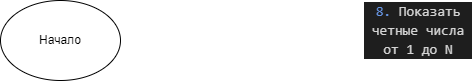
Before: Tasks/Ex008/diagramma.drawio.png, a diagram exported from draw.io (dvmax1984/Csharp25022023). Source tidied: cells renumbered, new cells last; positions are measured from the earlier drawing's top-left corner, leaving out a move shared by most shapes. Source of this version:
```xml
<mxGraphModel>
  <root>
    <mxCell id="0" />
    <mxCell id="1" parent="0" />
    <mxCell id="2" value="&lt;div style=&quot;color: rgb(212, 212, 212); background-color: rgb(30, 30, 30); font-family: Consolas, &amp;quot;Courier New&amp;quot;, monospace; font-size: 14px; line-height: 19px;&quot;&gt;&lt;span style=&quot;color: #6796e6;&quot;&gt;8.&lt;/span&gt; Показать четные числа от 1 до N&lt;/div&gt;" style="text;strokeColor=none;align=center;fillColor=none;html=1;verticalAlign=middle;whiteSpace=wrap;rounded=0;" parent="1" vertex="1">
      <mxGeometry x="363" width="110" height="60" as="geometry" />
    </mxCell>
    <mxCell id="3" value="Начало" style="ellipse;whiteSpace=wrap;html=1;" parent="1" vertex="1">
      <mxGeometry width="120" height="80" as="geometry" />
    </mxCell>
  </root>
</mxGraphModel>
```
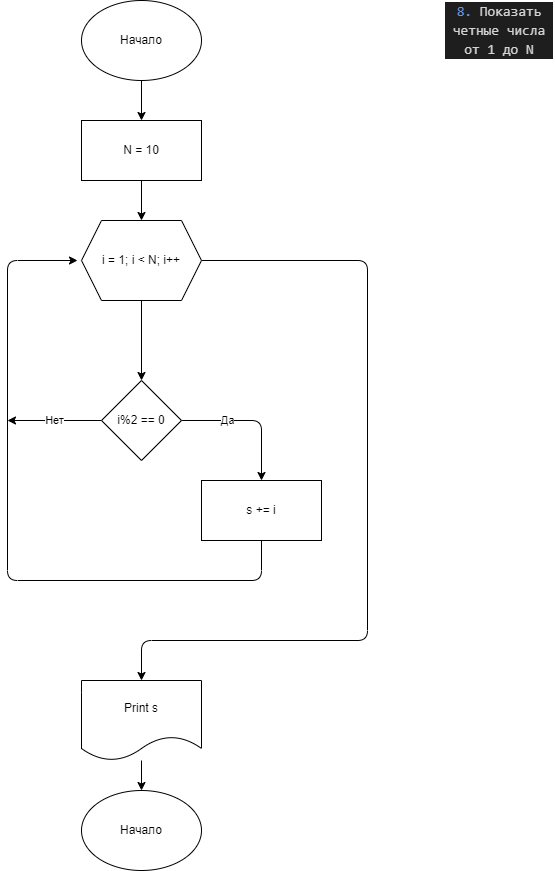
After the commit.

The edit, as a diff of the source:
```diff
@@ -5,8 +5,65 @@
     <mxCell id="2" value="&lt;div style=&quot;color: rgb(212, 212, 212); background-color: rgb(30, 30, 30); font-family: Consolas, &amp;quot;Courier New&amp;quot;, monospace; font-size: 14px; line-height: 19px;&quot;&gt;&lt;span style=&quot;color: #6796e6;&quot;&gt;8.&lt;/span&gt; Показать четные числа от 1 до N&lt;/div&gt;" style="text;strokeColor=none;align=center;fillColor=none;html=1;verticalAlign=middle;whiteSpace=wrap;rounded=0;" parent="1" vertex="1">
       <mxGeometry x="363" width="110" height="60" as="geometry" />
     </mxCell>
+    <mxCell id="4" style="edgeStyle=none;html=1;" parent="1" edge="1" source="3" target="9">
+      <mxGeometry relative="1" as="geometry" />
+    </mxCell>
     <mxCell id="3" value="Начало" style="ellipse;whiteSpace=wrap;html=1;" parent="1" vertex="1">
       <mxGeometry width="120" height="80" as="geometry" />
     </mxCell>
+    <mxCell id="5" style="edgeStyle=none;html=1;" parent="1" edge="1" source="7" target="12">
+      <mxGeometry relative="1" as="geometry" />
+    </mxCell>
+    <mxCell id="6" style="edgeStyle=orthogonalEdgeStyle;html=1;exitX=1;exitY=0.5;exitDx=0;exitDy=0;entryX=0.5;entryY=0;entryDx=0;entryDy=0;" parent="1" edge="1" source="7" target="14">
+      <mxGeometry relative="1" as="geometry">
+        <Array as="points">
+          <mxPoint x="286" y="260" />
+          <mxPoint x="286" y="640" />
+          <mxPoint x="60" y="640" />
+        </Array>
+      </mxGeometry>
+    </mxCell>
+    <mxCell id="7" value="i = 1; i &amp;lt; N; i++" style="shape=hexagon;perimeter=hexagonPerimeter2;whiteSpace=wrap;html=1;fixedSize=1;" parent="1" vertex="1">
+      <mxGeometry y="220" width="120" height="80" as="geometry" />
+    </mxCell>
+    <mxCell id="8" style="edgeStyle=none;html=1;" parent="1" edge="1" source="9" target="7">
+      <mxGeometry relative="1" as="geometry" />
+    </mxCell>
+    <mxCell id="9" value="N = 10" style="whiteSpace=wrap;html=1;" parent="1" vertex="1">
+      <mxGeometry y="120" width="120" height="60" as="geometry" />
+    </mxCell>
+    <mxCell id="10" value="Да" style="edgeStyle=orthogonalEdgeStyle;html=1;" parent="1" edge="1" source="12" target="17">
+      <mxGeometry x="-0.34" relative="1" as="geometry" />
+    </mxCell>
+    <mxCell id="11" value="Нет" style="edgeStyle=orthogonalEdgeStyle;html=1;exitX=0;exitY=0.5;exitDx=0;exitDy=0;" parent="1" edge="1" source="12">
+      <mxGeometry relative="1" as="geometry">
+        <mxPoint x="-74" y="420" as="targetPoint" />
+      </mxGeometry>
+    </mxCell>
+    <mxCell id="12" value="i%2 == 0" style="rhombus;whiteSpace=wrap;html=1;" parent="1" vertex="1">
+      <mxGeometry x="20" y="380" width="80" height="80" as="geometry" />
+    </mxCell>
+    <mxCell id="13" style="edgeStyle=orthogonalEdgeStyle;html=1;" parent="1" edge="1" source="14" target="15">
+      <mxGeometry relative="1" as="geometry" />
+    </mxCell>
+    <mxCell id="14" value="Print s" style="shape=document;whiteSpace=wrap;html=1;boundedLbl=1;" parent="1" vertex="1">
+      <mxGeometry y="680" width="120" height="80" as="geometry" />
+    </mxCell>
+    <mxCell id="15" value="Начало" style="ellipse;whiteSpace=wrap;html=1;" parent="1" vertex="1">
+      <mxGeometry y="790" width="120" height="80" as="geometry" />
+    </mxCell>
+    <mxCell id="16" style="edgeStyle=orthogonalEdgeStyle;html=1;" parent="1" edge="1" source="17">
+      <mxGeometry relative="1" as="geometry">
+        <mxPoint x="-4" y="260" as="targetPoint" />
+        <Array as="points">
+          <mxPoint x="180" y="580" />
+          <mxPoint x="-74" y="580" />
+          <mxPoint x="-74" y="260" />
+        </Array>
+      </mxGeometry>
+    </mxCell>
+    <mxCell id="17" value="s += i" style="whiteSpace=wrap;html=1;" parent="1" vertex="1">
+      <mxGeometry x="120" y="480" width="120" height="60" as="geometry" />
+    </mxCell>
   </root>
 </mxGraphModel>
```
